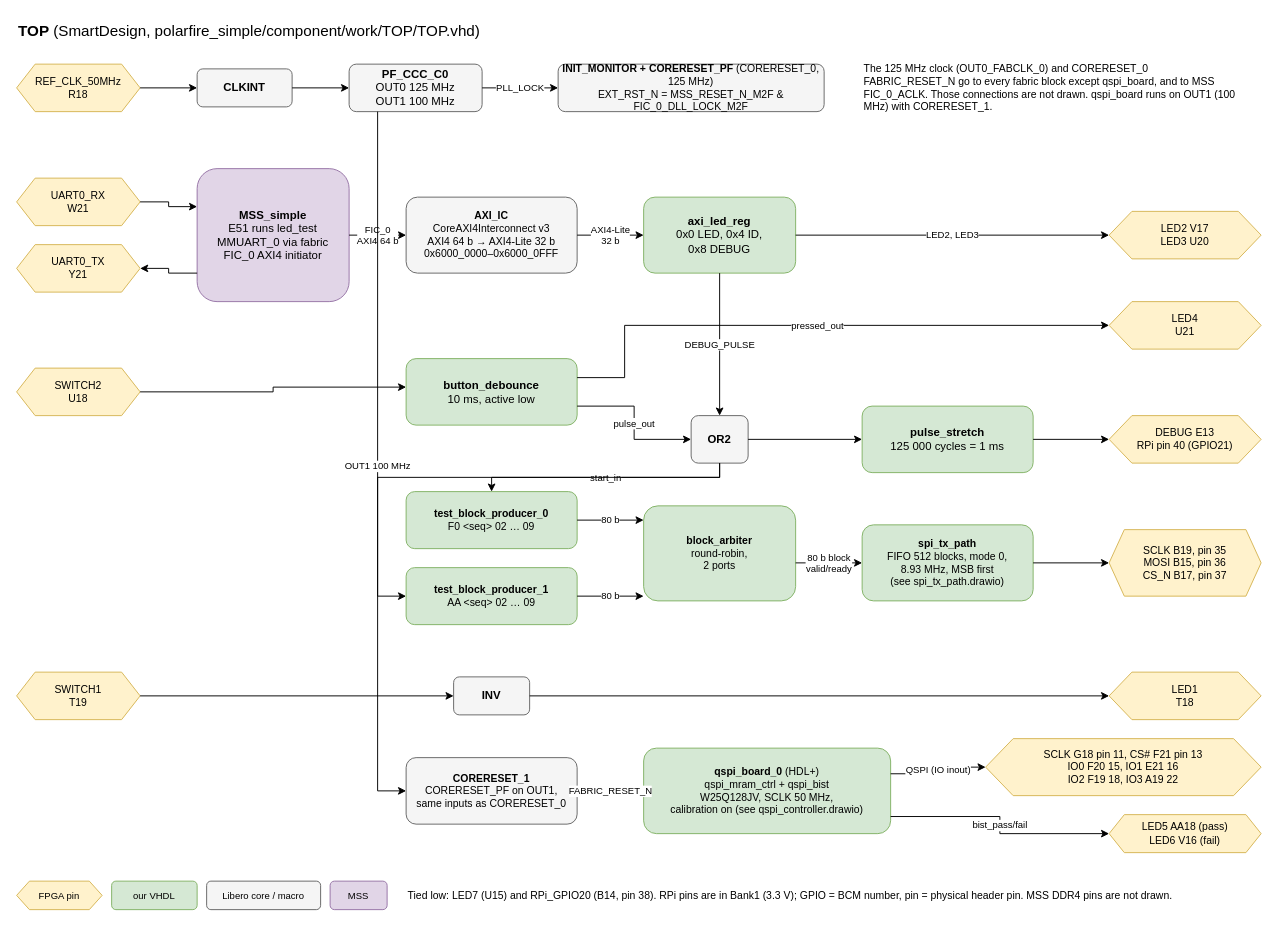
jenswilly/polarfire_simple keeps this draw.io diagram as documentation/top_level.drawio. Above is the earlier version. Source tidied: cells renumbered, new cells numbered last; positions are measured from the earlier drawing's top-left corner, leaving out a move shared by most shapes. Both pictures are drawn from the tidied source at 95%, with x=0, y=0 at pixel (16, 16).
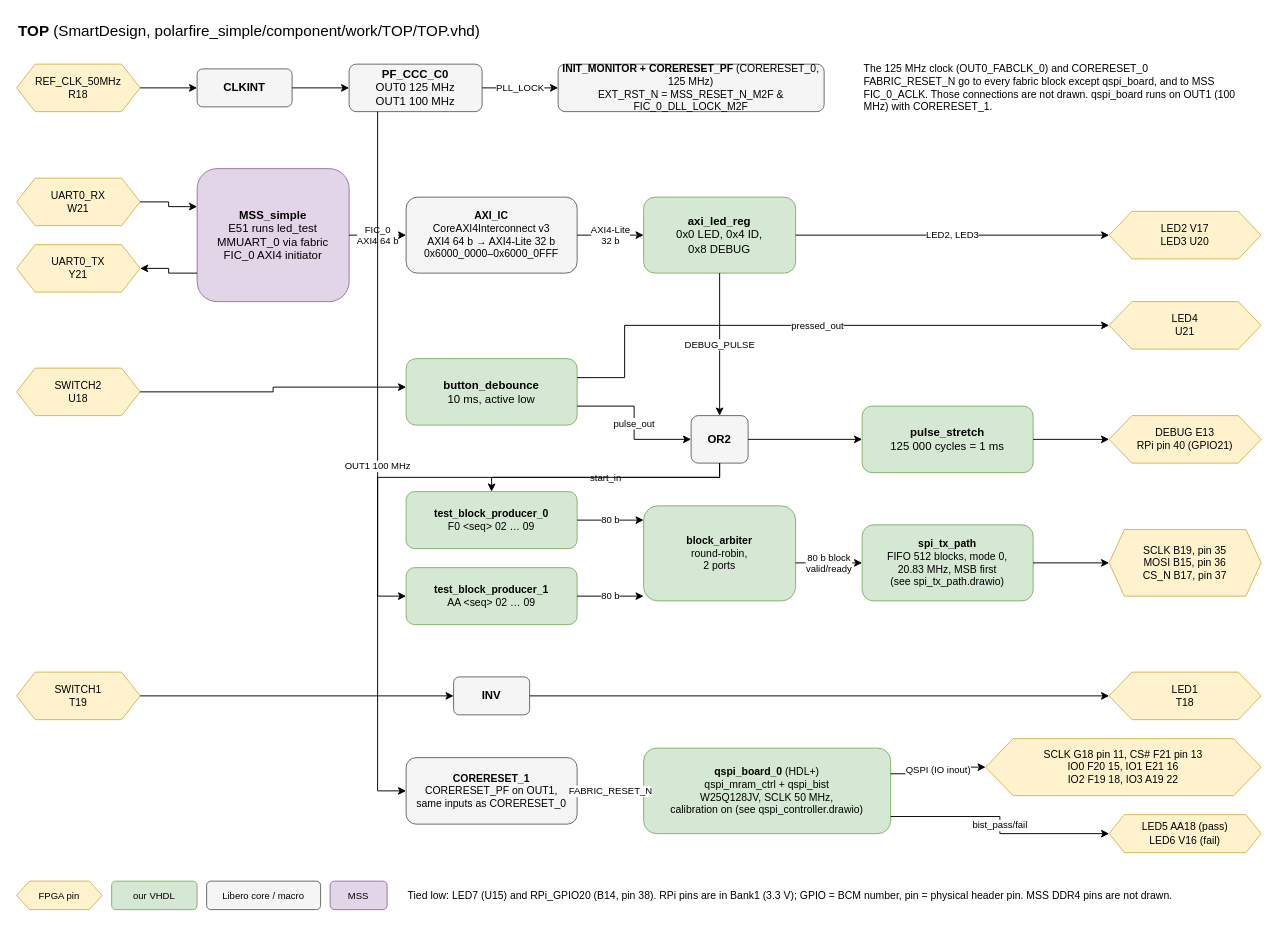
The same page after the edit.

The edit, as a diff of the source:
```diff
@@
-    <mxCell id="23" value="&lt;b&gt;spi_tx_path&lt;/b&gt;&lt;br&gt;FIFO 512 blocks, mode 0,&lt;br&gt;8.93 MHz, MSB first&lt;br&gt;(see spi_tx_path.drawio)" style="rounded=1;whiteSpace=wrap;html=1;fillColor=#d5e8d4;strokeColor=#82b366;fontSize=11;" parent="1" vertex="1">
+    <mxCell id="23" value="&lt;b&gt;spi_tx_path&lt;/b&gt;&lt;br&gt;FIFO 512 blocks, mode 0,&lt;br&gt;20.83 MHz, MSB first&lt;br&gt;(see spi_tx_path.drawio)" style="rounded=1;whiteSpace=wrap;html=1;fillColor=#d5e8d4;strokeColor=#82b366;fontSize=11;" parent="1" vertex="1">
       <mxGeometry x="890" y="535" width="180" height="80" as="geometry" />
     </mxCell>
```
